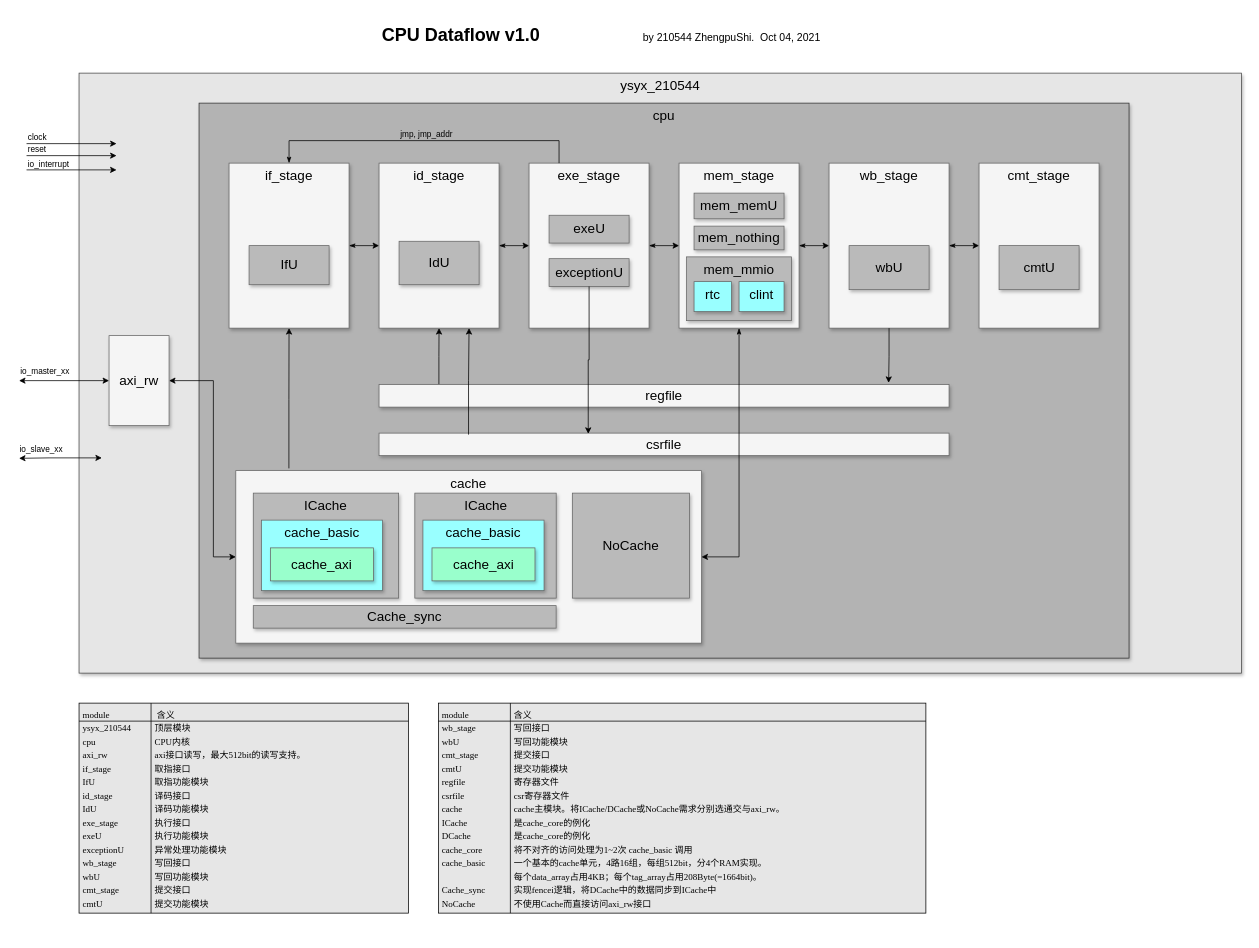
This is docs/cpu_dataflow/cpu_dataflow_210544.drawio from AzharRISC-V/p1_2021ysyx, a draw.io file, before an edit. Source tidied: cells renumbered, new cells numbered last; positions are measured from the earlier drawing's top-left corner, leaving out a move shared by most shapes. Both pictures are drawn from the tidied source at 75%, with x=0, y=0 at pixel (19, 20).
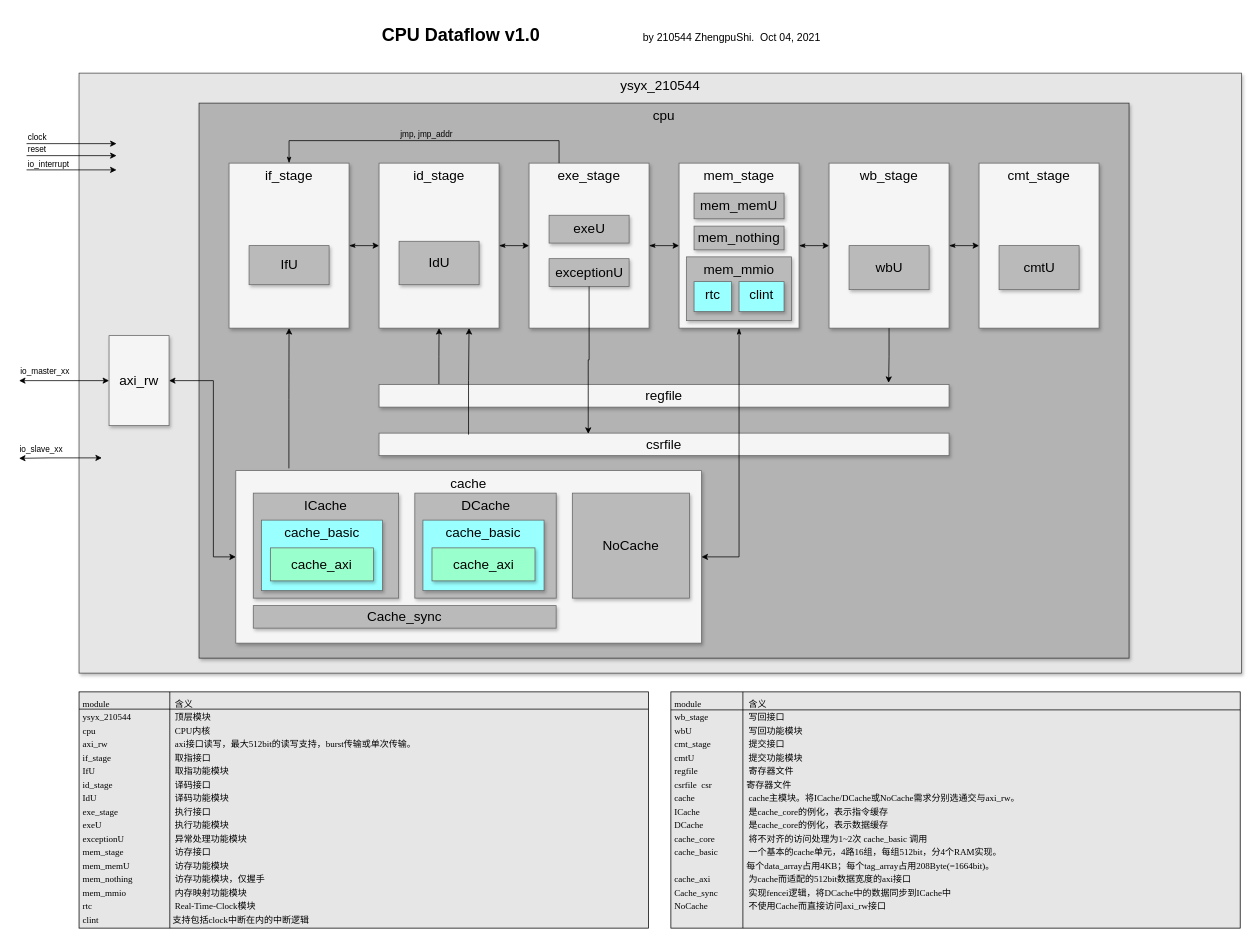
After the change.

Commit message (it also covers changes not shown here):
feat: 更新数据流图

Unchanged cells that the change refers to:
```xml
<mxCell id="43" style="group;" parent="1" vertex="1">
  <mxGeometry x="279.9" y="600" width="630" height="230" as="geometry" />
</mxCell>
```

Change to the diagram source:
```diff
@@
-    <mxCell id="49" value="ICache" style="whiteSpace=wrap;html=1;shadow=1;fontSize=18;fillColor=#BABABA;strokeColor=#666666;verticalAlign=top;" parent="43" vertex="1">
+    <mxCell id="49" value="DCache" style="whiteSpace=wrap;html=1;shadow=1;fontSize=18;fillColor=#BABABA;strokeColor=#666666;verticalAlign=top;" parent="43" vertex="1">
       <mxGeometry x="247.7" y="30" width="188.5" height="140" as="geometry" />
     </mxCell>
@@
-    <mxCell id="66" value="&lt;p style=&quot;line-height: 150%&quot;&gt;module&#9;&lt;span style=&quot;white-space: pre&quot;&gt;&#9;&lt;/span&gt;&lt;span style=&quot;white-space: pre&quot;&gt;&#9;&lt;/span&gt;&lt;span style=&quot;white-space: pre&quot;&gt;&#9;&lt;/span&gt;&#9;&#9;含义&lt;br&gt;ysyx_210544&#9;&lt;span style=&quot;white-space: pre&quot;&gt;&#9;&lt;/span&gt;&lt;span style=&quot;white-space: pre&quot;&gt;&#9;&lt;/span&gt;顶层模块&lt;br&gt;cpu&#9;&lt;span style=&quot;white-space: pre&quot;&gt;&#9;&lt;/span&gt;&lt;span style=&quot;white-space: pre&quot;&gt;&#9;&lt;/span&gt;&lt;span style=&quot;white-space: pre&quot;&gt;&#9;&lt;/span&gt;&lt;span style=&quot;white-space: pre&quot;&gt;&#9;&lt;/span&gt;CPU内核&lt;br&gt;axi_rw&#9;&lt;span style=&quot;white-space: pre&quot;&gt;&#9;&lt;/span&gt;&lt;span style=&quot;white-space: pre&quot;&gt;&#9;&lt;/span&gt;&lt;span style=&quot;white-space: pre&quot;&gt;&#9;&lt;/span&gt;axi接口读写，最大512bit的读写支持。&lt;br&gt;if_stage&#9;&lt;span style=&quot;white-space: pre&quot;&gt;&#9;&lt;/span&gt;&lt;span style=&quot;white-space: pre&quot;&gt;&#9;&lt;/span&gt;&lt;span style=&quot;white-space: pre&quot;&gt;&#9;&lt;/span&gt;取指接口&lt;br&gt;IfU&#9;&lt;span style=&quot;white-space: pre&quot;&gt;&#9;&lt;/span&gt;&lt;span style=&quot;white-space: pre&quot;&gt;&#9;&lt;/span&gt;&lt;span style=&quot;white-space: pre&quot;&gt;&#9;&lt;/span&gt;&lt;span style=&quot;white-space: pre&quot;&gt;&#9;&lt;/span&gt;取指功能模块&lt;br&gt;id_stage&#9;&lt;span style=&quot;white-space: pre&quot;&gt;&#9;&lt;/span&gt;&lt;span style=&quot;white-space: pre&quot;&gt;&#9;&lt;/span&gt;&lt;span style=&quot;white-space: pre&quot;&gt;&#9;&lt;/span&gt;译码接口&lt;br&gt;IdU&#9;&lt;span style=&quot;white-space: pre&quot;&gt;&#9;&lt;/span&gt;&lt;span style=&quot;white-space: pre&quot;&gt;&#9;&lt;/span&gt;&lt;span style=&quot;white-space: pre&quot;&gt;&#9;&lt;/span&gt;&lt;span style=&quot;white-space: pre&quot;&gt;&#9;&lt;/span&gt;译码功能模块&lt;br&gt;exe_stage&#9;&lt;span style=&quot;white-space: pre&quot;&gt;&#9;&lt;/span&gt;&lt;span style=&quot;white-space: pre&quot;&gt;&#9;&lt;/span&gt;执行接口&lt;br&gt;exeU&#9;&lt;span style=&quot;white-space: pre&quot;&gt;&#9;&lt;/span&gt;&lt;span style=&quot;white-space: pre&quot;&gt;&#9;&lt;/span&gt;&lt;span style=&quot;white-space: pre&quot;&gt;&#9;&lt;/span&gt;执行功能模块&lt;br&gt;exceptionU&#9;&lt;span style=&quot;white-space: pre&quot;&gt;&#9;&lt;/span&gt;&lt;span style=&quot;white-space: pre&quot;&gt;&#9;&lt;/span&gt;异常处理功能模块&lt;br&gt;wb_stage&#9;&lt;span style=&quot;white-space: pre&quot;&gt;&#9;&lt;/span&gt;&lt;span style=&quot;white-space: pre&quot;&gt;&#9;&lt;/span&gt;写回接口&lt;br&gt;wbU&#9;&lt;span style=&quot;white-space: pre&quot;&gt;&#9;&lt;/span&gt;&lt;span style=&quot;white-space: pre&quot;&gt;&#9;&lt;/span&gt;&lt;span style=&quot;white-space: pre&quot;&gt;&#9;&lt;/span&gt;写回功能模块&lt;br&gt;cmt_stage&#9;&lt;span style=&quot;white-space: pre&quot;&gt;&#9;&lt;/span&gt;&lt;span style=&quot;white-space: pre&quot;&gt;&#9;&lt;/span&gt;提交接口&lt;br&gt;cmtU&#9;&lt;span style=&quot;white-space: pre&quot;&gt;&#9;&lt;/span&gt;&lt;span style=&quot;white-space: pre&quot;&gt;&#9;&lt;/span&gt;&lt;span style=&quot;white-space: pre&quot;&gt;&#9;&lt;/span&gt;提交功能模块&lt;/p&gt;" style="shape=internalStorage;whiteSpace=wrap;backgroundOutline=1;labelBackgroundColor=none;fillColor=#E6E6E6;align=left;verticalAlign=top;dx=96;dy=24;spacing=5;spacingTop=-15;html=1;fontFamily=Times New Roman;spacingBottom=3;spacingLeft=0;" parent="1" vertex="1">
-      <mxGeometry x="79.9" y="910" width="439.1" height="280" as="geometry" />
-    </mxCell>
-    <mxCell id="67" value="&lt;p style=&quot;line-height: 150%&quot;&gt;module&#9;&lt;span style=&quot;white-space: pre&quot;&gt;&#9;&lt;/span&gt;&lt;span style=&quot;white-space: pre&quot;&gt;&#9;&lt;/span&gt;&lt;span style=&quot;white-space: pre&quot;&gt;&#9;&lt;/span&gt;含义&lt;br&gt;wb_stage&amp;nbsp;&lt;span&gt;&#9;&lt;span style=&quot;white-space: pre&quot;&gt;&#9;&lt;/span&gt;&lt;span style=&quot;white-space: pre&quot;&gt;&#9;&lt;/span&gt;&lt;/span&gt;写回接口&lt;br&gt;wbU&amp;nbsp;&lt;span&gt;&#9;&lt;span style=&quot;white-space: pre&quot;&gt;&#9;&lt;/span&gt;&lt;span style=&quot;white-space: pre&quot;&gt;&#9;&lt;/span&gt;&lt;span style=&quot;white-space: pre&quot;&gt;&#9;&lt;/span&gt;&lt;/span&gt;写回功能模块&lt;br&gt;cmt_stage&amp;nbsp;&lt;span&gt;&#9;&lt;span style=&quot;white-space: pre&quot;&gt;&#9;&lt;/span&gt;&lt;span style=&quot;white-space: pre&quot;&gt;&#9;&lt;/span&gt;&lt;/span&gt;提交接口&lt;br&gt;cmtU&amp;nbsp;&lt;span&gt;&#9;&lt;span style=&quot;white-space: pre&quot;&gt;&#9;&lt;/span&gt;&lt;span style=&quot;white-space: pre&quot;&gt;&#9;&lt;/span&gt;&lt;span style=&quot;white-space: pre&quot;&gt;&#9;&lt;/span&gt;&lt;/span&gt;提交功能模块&lt;br&gt;regfile&amp;nbsp;&lt;span style=&quot;white-space: pre&quot;&gt;&#9;&lt;/span&gt;&lt;span style=&quot;white-space: pre&quot;&gt;&#9;&lt;/span&gt;&lt;span style=&quot;white-space: pre&quot;&gt;&#9;&lt;/span&gt;寄存器文件&lt;br&gt;csrfile&amp;nbsp;&lt;span style=&quot;white-space: pre&quot;&gt;&#9;&lt;/span&gt;&lt;span style=&quot;white-space: pre&quot;&gt;&#9;&lt;/span&gt;&lt;span style=&quot;white-space: pre&quot;&gt;&#9;&lt;/span&gt;csr寄存器文件&lt;br&gt;cache&lt;span style=&quot;white-space: pre&quot;&gt;&#9;&lt;/span&gt;&lt;span style=&quot;white-space: pre&quot;&gt;&#9;&lt;/span&gt;&lt;span style=&quot;white-space: pre&quot;&gt;&#9;&lt;/span&gt;cache主模块。将ICache/DCache或NoCache需求分别选通交与axi_rw。&amp;nbsp;&lt;br&gt;ICache&lt;span style=&quot;white-space: pre&quot;&gt;&#9;&lt;/span&gt;&lt;span style=&quot;white-space: pre&quot;&gt;&#9;&lt;/span&gt;&lt;span style=&quot;white-space: pre&quot;&gt;&#9;&lt;/span&gt;是cache_core的例化&lt;br&gt;DCache&lt;span style=&quot;white-space: pre&quot;&gt;&#9;&lt;/span&gt;&lt;span style=&quot;white-space: pre&quot;&gt;&#9;&lt;/span&gt;&lt;span style=&quot;white-space: pre&quot;&gt;&#9;&lt;/span&gt;是cache_core的例化&lt;br&gt;cache_core&lt;span style=&quot;white-space: pre&quot;&gt;&#9;&lt;/span&gt;&lt;span style=&quot;white-space: pre&quot;&gt;&#9;&lt;/span&gt;将不对齐的访问处理为1~2次 cache_basic 调用&lt;br&gt;cache_basic&lt;span style=&quot;white-space: pre&quot;&gt;&#9;&lt;/span&gt;&lt;span style=&quot;white-space: pre&quot;&gt;&#9;&lt;/span&gt;一个基本的cache单元，4路16组，每组512bit，分4个RAM实现。&lt;br&gt;&lt;span style=&quot;white-space: pre&quot;&gt;&#9;&lt;/span&gt;&lt;span style=&quot;white-space: pre&quot;&gt;&#9;&lt;/span&gt;&lt;span style=&quot;white-space: pre&quot;&gt;&#9;&lt;/span&gt;&lt;span style=&quot;white-space: pre&quot;&gt;&#9;&lt;/span&gt;每个data_array占用4KB；每个tag_array占用208Byte(=1664bit)。&lt;br&gt;Cache_sync&lt;span style=&quot;white-space: pre&quot;&gt;&#9;&lt;/span&gt;&lt;span style=&quot;white-space: pre&quot;&gt;&#9;&lt;/span&gt;实现fencei逻辑，将DCache中的数据同步到ICache中&lt;br&gt;NoCache&lt;span style=&quot;white-space: pre&quot;&gt;&#9;&lt;/span&gt;&lt;span style=&quot;white-space: pre&quot;&gt;&#9;&lt;/span&gt;&lt;span style=&quot;white-space: pre&quot;&gt;&#9;&lt;/span&gt;不使用Cache而直接访问axi_rw接口&lt;/p&gt;" style="shape=internalStorage;whiteSpace=wrap;backgroundOutline=1;labelBackgroundColor=none;fillColor=#E6E6E6;align=left;verticalAlign=top;dx=96;dy=24;spacing=5;spacingTop=-15;html=1;fontFamily=Times New Roman;spacingBottom=3;spacingLeft=0;" parent="1" vertex="1">
-      <mxGeometry x="559" y="910" width="650" height="280" as="geometry" />
+    <mxCell id="67" value="&lt;p style=&quot;line-height: 150%&quot;&gt;module&#9;&lt;span style=&quot;white-space: pre&quot;&gt;&#9;&lt;/span&gt;&lt;span style=&quot;white-space: pre&quot;&gt;&#9;&lt;/span&gt;&lt;span style=&quot;white-space: pre&quot;&gt;&#9;&lt;/span&gt;&#9;&#9;&#9;含义&lt;br&gt;wb_stage&amp;nbsp;&#9;&lt;span style=&quot;white-space: pre&quot;&gt;&#9;&lt;/span&gt;&lt;span style=&quot;white-space: pre&quot;&gt;&#9;&lt;/span&gt;&#9;&#9;写回接口&lt;br&gt;wbU&amp;nbsp;&#9;&lt;span style=&quot;white-space: pre&quot;&gt;&#9;&lt;/span&gt;&lt;span style=&quot;white-space: pre&quot;&gt;&#9;&lt;/span&gt;&lt;span style=&quot;white-space: pre&quot;&gt;&#9;&lt;/span&gt;&#9;&#9;&#9;写回功能模块&lt;br&gt;cmt_stage&amp;nbsp;&#9;&lt;span style=&quot;white-space: pre&quot;&gt;&#9;&lt;/span&gt;&lt;span style=&quot;white-space: pre&quot;&gt;&#9;&lt;/span&gt;&#9;&#9;提交接口&lt;br&gt;cmtU&amp;nbsp;&#9;&lt;span style=&quot;white-space: pre&quot;&gt;&#9;&lt;/span&gt;&lt;span style=&quot;white-space: pre&quot;&gt;&#9;&lt;/span&gt;&#9;&lt;span style=&quot;white-space: pre&quot;&gt;&#9;&lt;/span&gt;&#9;&#9;提交功能模块&lt;br&gt;regfile&amp;nbsp;&#9;&lt;span style=&quot;white-space: pre&quot;&gt;&#9;&lt;/span&gt;&lt;span style=&quot;white-space: pre&quot;&gt;&#9;&lt;/span&gt;&#9;&lt;span style=&quot;white-space: pre&quot;&gt;&#9;&lt;/span&gt;&#9;寄存器文件&lt;br&gt;csrfile&amp;nbsp;&#9;&#9;&#9;csr&lt;span style=&quot;white-space: pre&quot;&gt;&#9;&lt;/span&gt;&lt;span style=&quot;white-space: pre&quot;&gt;&#9;&lt;/span&gt;寄存器文件&lt;br&gt;cache&#9;&lt;span style=&quot;white-space: pre&quot;&gt;&#9;&lt;/span&gt;&lt;span style=&quot;white-space: pre&quot;&gt;&#9;&lt;/span&gt;&lt;span style=&quot;white-space: pre&quot;&gt;&#9;&lt;/span&gt;&#9;&#9;cache主模块。将ICache/DCache或NoCache需求分别选通交与axi_rw。&amp;nbsp;&lt;br&gt;ICache&#9;&lt;span style=&quot;white-space: pre&quot;&gt;&#9;&lt;/span&gt;&lt;span style=&quot;white-space: pre&quot;&gt;&#9;&lt;/span&gt;&lt;span style=&quot;white-space: pre&quot;&gt;&#9;&lt;/span&gt;&#9;&#9;是cache_core的例化，表示指令缓存&lt;br&gt;DCache&#9;&lt;span style=&quot;white-space: pre&quot;&gt;&#9;&lt;/span&gt;&lt;span style=&quot;white-space: pre&quot;&gt;&#9;&lt;/span&gt;&lt;span style=&quot;white-space: pre&quot;&gt;&#9;&lt;/span&gt;&#9;&#9;是cache_core的例化，表示数据缓存&lt;br&gt;cache_core&#9;&lt;span style=&quot;white-space: pre&quot;&gt;&#9;&lt;/span&gt;&lt;span style=&quot;white-space: pre&quot;&gt;&#9;&lt;/span&gt;&#9;将不对齐的访问处理为1~2次 cache_basic 调用&lt;br&gt;cache_basic&lt;span style=&quot;white-space: pre&quot;&gt;&#9;&lt;/span&gt;&lt;span style=&quot;white-space: pre&quot;&gt;&#9;&lt;/span&gt;&#9;&#9;一个基本的cache单元，4路16组，每组512bit，分4个RAM实现。&lt;br&gt;&#9;&#9;&#9;&#9;&lt;span style=&quot;white-space: pre&quot;&gt;&#9;&lt;/span&gt;&lt;span style=&quot;white-space: pre&quot;&gt;&#9;&lt;/span&gt;&lt;span style=&quot;white-space: pre&quot;&gt;&#9;&lt;/span&gt;&lt;span style=&quot;white-space: pre&quot;&gt;&#9;&lt;/span&gt;每个data_array占用4KB；每个tag_array占用208Byte(=1664bit)。&lt;br&gt;cache_axi&#9;&lt;span style=&quot;white-space: pre&quot;&gt;&#9;&lt;/span&gt;&lt;span style=&quot;white-space: pre&quot;&gt;&#9;&lt;/span&gt;&#9;为cache而适配的512bit数据宽度的axi接口&lt;br&gt;Cache_sync&#9;&lt;span style=&quot;white-space: pre&quot;&gt;&#9;&lt;/span&gt;&lt;span style=&quot;white-space: pre&quot;&gt;&#9;&lt;/span&gt;&#9;实现fencei逻辑，将DCache中的数据同步到ICache中&lt;br&gt;NoCache&#9;&lt;span style=&quot;white-space: pre&quot;&gt;&#9;&lt;/span&gt;&lt;span style=&quot;white-space: pre&quot;&gt;&#9;&lt;/span&gt;&#9;&#9;不使用Cache而直接访问axi_rw接口&lt;/p&gt;" style="shape=internalStorage;whiteSpace=wrap;backgroundOutline=1;labelBackgroundColor=none;fillColor=#E6E6E6;align=left;verticalAlign=top;dx=96;dy=24;spacing=5;spacingTop=-15;fontFamily=Times New Roman;spacingBottom=3;spacingLeft=0;html=1;" parent="1" vertex="1">
+      <mxGeometry x="869" y="895" width="759.1" height="315" as="geometry" />
     </mxCell>
+    <mxCell id="68" value="&lt;p style=&quot;line-height: 150%&quot;&gt;module &lt;span style=&quot;white-space: pre&quot;&gt;&#9;&lt;/span&gt;&lt;span style=&quot;white-space: pre&quot;&gt;&#9;&lt;/span&gt;&lt;span style=&quot;white-space: pre&quot;&gt;&#9;&lt;/span&gt;&lt;span style=&quot;white-space: pre&quot;&gt;&#9;&lt;/span&gt;&#9;&#9;&#9; 含义&lt;br&gt;ysyx_210544 &lt;span style=&quot;white-space: pre&quot;&gt;&#9;&lt;/span&gt;&lt;span style=&quot;white-space: pre&quot;&gt;&#9;&lt;/span&gt;&lt;span style=&quot;white-space: pre&quot;&gt;&#9;&lt;/span&gt;&#9;&#9;顶层模块&lt;br&gt;cpu &lt;span style=&quot;white-space: pre&quot;&gt;&#9;&lt;/span&gt;&lt;span style=&quot;white-space: pre&quot;&gt;&#9;&lt;/span&gt;&lt;span style=&quot;white-space: pre&quot;&gt;&#9;&lt;/span&gt;&lt;span style=&quot;white-space: pre&quot;&gt;&#9;&lt;/span&gt;&lt;span style=&quot;white-space: pre&quot;&gt;&#9;&lt;/span&gt;&#9;&#9;&#9;&#9;CPU内核&lt;br&gt;axi_rw &lt;span style=&quot;white-space: pre&quot;&gt;&#9;&lt;/span&gt;&lt;span style=&quot;white-space: pre&quot;&gt;&#9;&lt;/span&gt;&lt;span style=&quot;white-space: pre&quot;&gt;&#9;&lt;/span&gt;&lt;span style=&quot;white-space: pre&quot;&gt;&#9;&lt;/span&gt;&#9;&#9;&#9;axi接口读写，最大512bit的读写支持，burst传输或单次传输。&lt;br&gt;if_stage &lt;span style=&quot;white-space: pre&quot;&gt;&#9;&lt;/span&gt;&lt;span style=&quot;white-space: pre&quot;&gt;&#9;&lt;/span&gt;&lt;span style=&quot;white-space: pre&quot;&gt;&#9;&lt;/span&gt;&lt;span style=&quot;white-space: pre&quot;&gt;&#9;&lt;/span&gt;&#9;&#9;&#9;取指接口&lt;br&gt;IfU &lt;span style=&quot;white-space: pre&quot;&gt;&#9;&lt;/span&gt;&lt;span style=&quot;white-space: pre&quot;&gt;&#9;&lt;/span&gt;&lt;span style=&quot;white-space: pre&quot;&gt;&#9;&lt;/span&gt;&lt;span style=&quot;white-space: pre&quot;&gt;&#9;&lt;/span&gt;&lt;span style=&quot;white-space: pre&quot;&gt;&#9;&lt;/span&gt;&#9;&#9;&#9;&#9;取指功能模块&lt;br&gt;id_stage &lt;span style=&quot;white-space: pre&quot;&gt;&#9;&lt;/span&gt;&lt;span style=&quot;white-space: pre&quot;&gt;&#9;&lt;/span&gt;&lt;span style=&quot;white-space: pre&quot;&gt;&#9;&lt;/span&gt;&lt;span style=&quot;white-space: pre&quot;&gt;&#9;&lt;/span&gt;&#9;&#9;&#9;译码接口&lt;br&gt;IdU &lt;span style=&quot;white-space: pre&quot;&gt;&#9;&lt;/span&gt;&lt;span style=&quot;white-space: pre&quot;&gt;&#9;&lt;/span&gt;&lt;span style=&quot;white-space: pre&quot;&gt;&#9;&lt;/span&gt;&lt;span style=&quot;white-space: pre&quot;&gt;&#9;&lt;/span&gt;&#9;&lt;span style=&quot;white-space: pre&quot;&gt;&#9;&lt;/span&gt;&#9;&#9;&#9;译码功能模块&lt;br&gt;exe_stage &lt;span style=&quot;white-space: pre&quot;&gt;&#9;&lt;/span&gt;&lt;span style=&quot;white-space: pre&quot;&gt;&#9;&lt;/span&gt;&lt;span style=&quot;white-space: pre&quot;&gt;&#9;&lt;/span&gt;&#9;&#9;执行接口&lt;br&gt;exeU &lt;span style=&quot;white-space: pre&quot;&gt;&#9;&lt;/span&gt;&lt;span style=&quot;white-space: pre&quot;&gt;&#9;&lt;/span&gt;&lt;span style=&quot;white-space: pre&quot;&gt;&#9;&lt;/span&gt;&#9;&lt;span style=&quot;white-space: pre&quot;&gt;&#9;&lt;/span&gt;&#9;&#9;执行功能模块&lt;br&gt;exceptionU &lt;span style=&quot;white-space: pre&quot;&gt;&#9;&lt;/span&gt;&lt;span style=&quot;white-space: pre&quot;&gt;&#9;&lt;/span&gt;&lt;span style=&quot;white-space: pre&quot;&gt;&#9;&lt;/span&gt;&#9;&#9;异常处理功能模块&lt;br&gt;mem_stage &lt;span style=&quot;white-space: pre&quot;&gt;&#9;&lt;/span&gt;&lt;span style=&quot;white-space: pre&quot;&gt;&#9;&lt;/span&gt;&lt;span style=&quot;white-space: pre&quot;&gt;&#9;&lt;/span&gt;&#9;&#9;访存接口&lt;br&gt;mem_memU &lt;span style=&quot;white-space: pre&quot;&gt;&#9;&lt;/span&gt;&lt;span style=&quot;white-space: pre&quot;&gt;&#9;&lt;/span&gt;&lt;span style=&quot;white-space: pre&quot;&gt;&#9;&lt;/span&gt;&#9;&#9;访存功能模块&lt;br&gt;mem_nothing &lt;span style=&quot;white-space: pre&quot;&gt;&#9;&lt;/span&gt;&lt;span style=&quot;white-space: pre&quot;&gt;&#9;&lt;/span&gt;&lt;span style=&quot;white-space: pre&quot;&gt;&#9;&lt;/span&gt;&#9;&#9;访存功能模块，仅握手&lt;br&gt;mem_mmio&#9;&lt;span style=&quot;white-space: pre&quot;&gt;&#9;&lt;/span&gt;&lt;span style=&quot;white-space: pre&quot;&gt;&#9;&lt;/span&gt;&lt;span style=&quot;white-space: pre&quot;&gt;&#9;&lt;/span&gt;&#9;内存映射功能模块&lt;br&gt;rtc&#9;&lt;span style=&quot;white-space: pre&quot;&gt;&#9;&lt;/span&gt;&lt;span style=&quot;white-space: pre&quot;&gt;&#9;&lt;/span&gt;&lt;span style=&quot;white-space: pre&quot;&gt;&#9;&lt;/span&gt;&lt;span style=&quot;white-space: pre&quot;&gt;&#9;&lt;/span&gt;&lt;span style=&quot;white-space: pre&quot;&gt;&#9;&lt;/span&gt;&#9;Real-Time-Clock模块&lt;br&gt;clint&#9;&lt;span style=&quot;white-space: pre&quot;&gt;&#9;&lt;/span&gt;&lt;span style=&quot;white-space: pre&quot;&gt;&#9;&lt;/span&gt;&lt;span style=&quot;white-space: pre&quot;&gt;&#9;&lt;/span&gt;&lt;span style=&quot;white-space: pre&quot;&gt;&#9;&lt;/span&gt;支持包括clock中断在内的中断逻辑&lt;/p&gt;" style="shape=internalStorage;whiteSpace=wrap;backgroundOutline=1;labelBackgroundColor=none;fillColor=#E6E6E6;align=left;verticalAlign=top;dx=121;dy=23;spacing=5;spacingTop=-15;fontFamily=Times New Roman;spacingBottom=5;spacingLeft=0;html=1;" parent="1" vertex="1">
+      <mxGeometry x="79.9" y="895" width="759.1" height="315" as="geometry" />
+    </mxCell>
```
